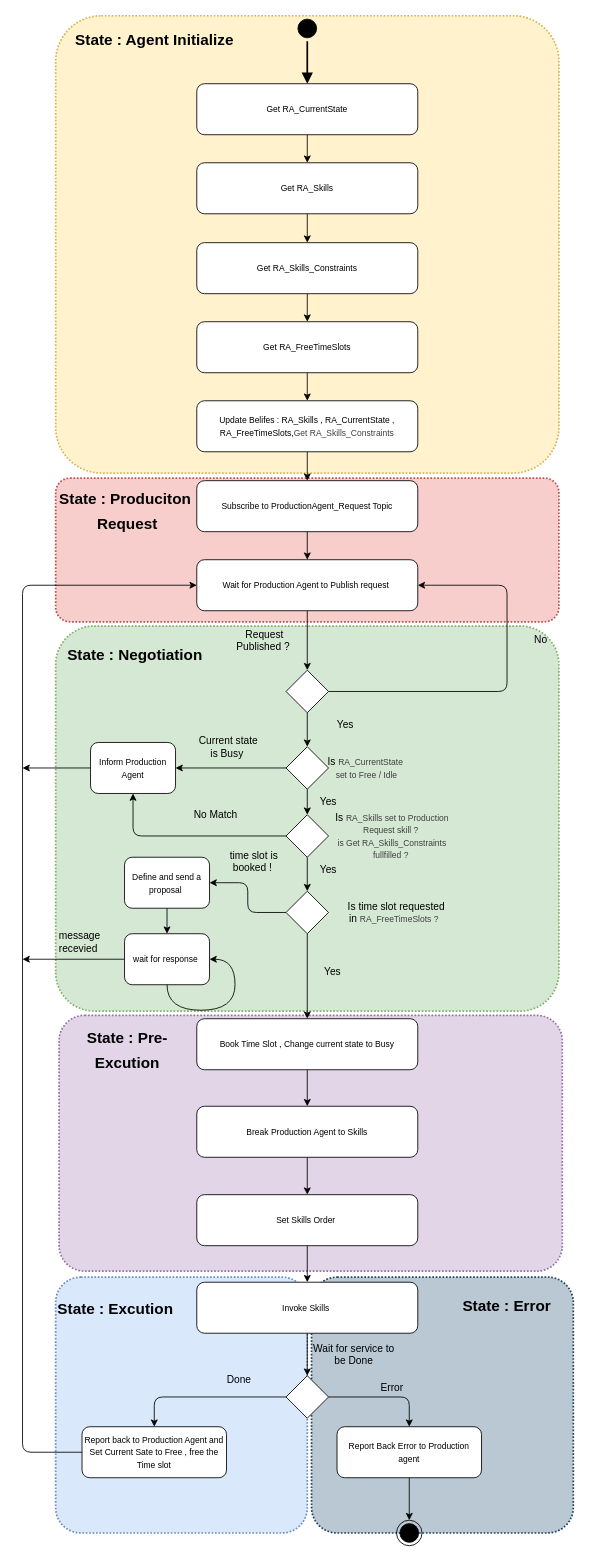
Before: Documents/UML/StateMachine/RA_SM.drawio in aialmohamed/Type3AAS, a draw.io diagram. Source tidied: cells renumbered, new cells numbered last; positions are measured from the earlier drawing's top-left corner, leaving out a move shared by most shapes. Both pictures are drawn from the tidied source at 85%, with x=0, y=0 at pixel (22, 15).
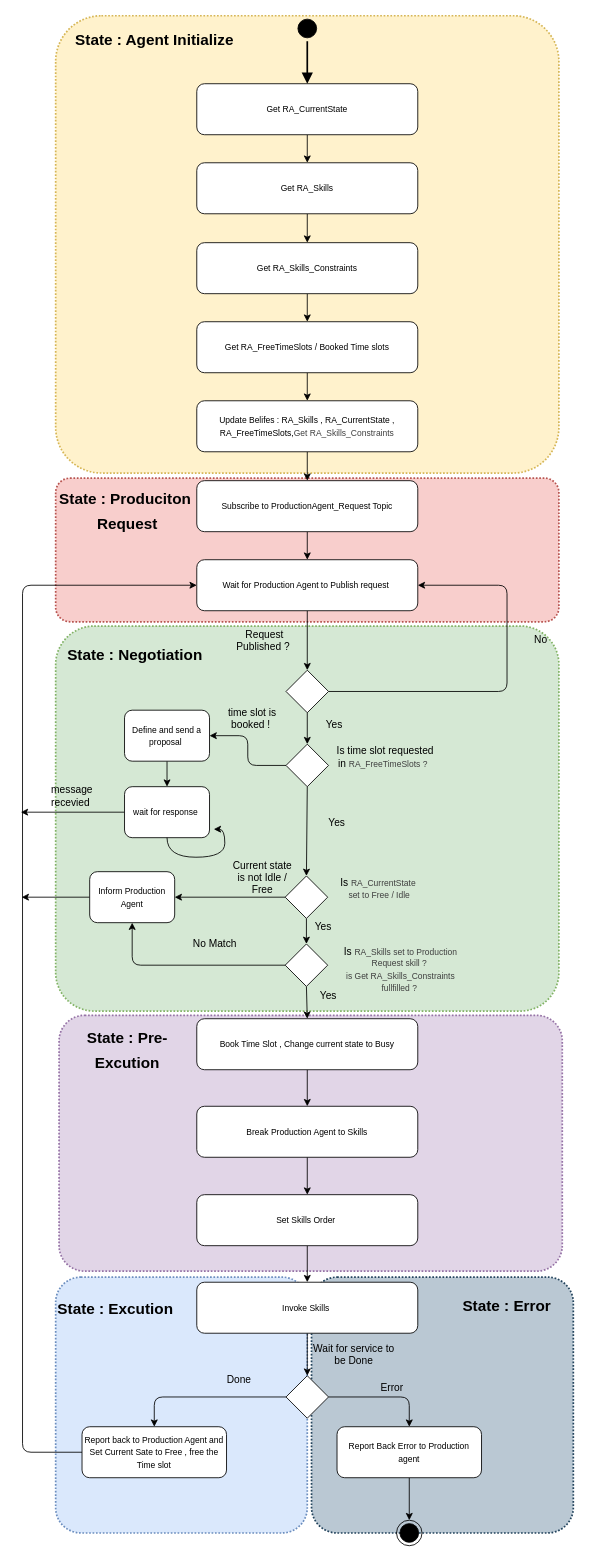
The same page after the edit.

The change refers to these unchanged cells:
```xml
<mxCell id="22" style="rhombus;whiteSpace=wrap;html=1;" parent="1" vertex="1">
  <mxGeometry x="310" y="770" width="50" height="50" as="geometry" />
</mxCell>
<mxCell id="45" value="&lt;font size=&quot;1&quot;&gt;Book Time Slot , Change current state to Busy&lt;/font&gt;" style="rounded=1;whiteSpace=wrap;html=1;" parent="1" vertex="1">
  <mxGeometry x="205" y="1180" width="260" height="60" as="geometry" />
</mxCell>
```

What changed in the source:
```diff
@@
-    <mxCell id="15" value="&lt;font size=&quot;1&quot;&gt;Get RA_FreeTimeSlots&lt;/font&gt;" style="rounded=1;whiteSpace=wrap;html=1;" parent="1" vertex="1">
+    <mxCell id="15" value="&lt;font size=&quot;1&quot;&gt;Get RA_FreeTimeSlots / Booked Time slots&lt;/font&gt;" style="rounded=1;whiteSpace=wrap;html=1;" parent="1" vertex="1">
       <mxGeometry x="205" y="360" width="260" height="60" as="geometry" />
     </mxCell>
@@
-    <mxCell id="20" style="edgeStyle=none;html=1;exitX=0.5;exitY=1;exitDx=0;exitDy=0;" parent="1" edge="1" source="22">
-      <mxGeometry relative="1" as="geometry">
-        <mxPoint x="335" y="860" as="targetPoint" />
-      </mxGeometry>
-    </mxCell>
@@
+    <mxCell id="81" style="edgeStyle=none;html=1;exitX=0.5;exitY=1;exitDx=0;exitDy=0;entryX=0.5;entryY=0;entryDx=0;entryDy=0;" parent="1" edge="1" source="22" target="39">
+      <mxGeometry relative="1" as="geometry" />
+    </mxCell>
@@
     <mxCell id="24" value="Yes" style="text;html=1;align=center;verticalAlign=middle;whiteSpace=wrap;rounded=0;" parent="1" vertex="1">
-      <mxGeometry x="350" y="820" width="60" height="30" as="geometry" />
+      <mxGeometry x="324" y="1057" width="60" height="30" as="geometry" />
     </mxCell>
@@
     <mxCell id="30" style="rhombus;whiteSpace=wrap;html=1;" parent="1" vertex="1">
-      <mxGeometry x="310" y="860" width="50" height="50" as="geometry" />
+      <mxGeometry x="309" y="1012" width="50" height="50" as="geometry" />
     </mxCell>
     <mxCell id="31" value="Is&amp;nbsp;&lt;span style=&quot;color: rgb(63, 63, 63); font-size: x-small;&quot;&gt;RA_CurrentState&amp;nbsp; set to Free / Idle&lt;/span&gt;" style="text;html=1;align=center;verticalAlign=middle;whiteSpace=wrap;rounded=0;" parent="1" vertex="1">
-      <mxGeometry x="360" y="870" width="90" height="30" as="geometry" />
+      <mxGeometry x="375" y="1012" width="90" height="30" as="geometry" />
     </mxCell>
-    <mxCell id="32" style="edgeStyle=none;html=1;exitX=0.5;exitY=1;exitDx=0;exitDy=0;" parent="1" edge="1" source="34" target="39">
-      <mxGeometry relative="1" as="geometry" />
-    </mxCell>
@@
+    <mxCell id="82" style="edgeStyle=none;html=1;exitX=0.5;exitY=1;exitDx=0;exitDy=0;entryX=0.5;entryY=0;entryDx=0;entryDy=0;" parent="1" edge="1" source="34" target="45">
+      <mxGeometry relative="1" as="geometry" />
+    </mxCell>
     <mxCell id="34" style="rhombus;whiteSpace=wrap;html=1;" parent="1" vertex="1">
-      <mxGeometry x="310" y="940" width="50" height="50" as="geometry" />
+      <mxGeometry x="309" y="1092" width="50" height="50" as="geometry" />
     </mxCell>
     <mxCell id="35" value="Yes" style="text;html=1;align=center;verticalAlign=middle;whiteSpace=wrap;rounded=0;" parent="1" vertex="1">
-      <mxGeometry x="330" y="910" width="60" height="30" as="geometry" />
+      <mxGeometry x="337" y="820" width="60" height="30" as="geometry" />
     </mxCell>
     <mxCell id="36" value="Is&amp;nbsp;&lt;span style=&quot;color: rgb(63, 63, 63); font-size: x-small;&quot;&gt;&lt;span style=&quot;color: rgb(63, 63, 63);&quot;&gt;RA_Skills set to Production Request skill ?&amp;nbsp;&lt;br&gt;is&amp;nbsp;&lt;span style=&quot;color: rgb(63, 63, 63);&quot;&gt;Get RA_Skills_Constraints fullfilled ?&lt;/span&gt;&amp;nbsp;&lt;/span&gt;&lt;/span&gt;" style="text;html=1;align=center;verticalAlign=middle;whiteSpace=wrap;rounded=0;" parent="1" vertex="1">
-      <mxGeometry x="360" y="940" width="150" height="50" as="geometry" />
+      <mxGeometry x="370" y="1097" width="150" height="50" as="geometry" />
     </mxCell>
-    <mxCell id="37" style="edgeStyle=none;html=1;exitX=0.5;exitY=1;exitDx=0;exitDy=0;entryX=0.5;entryY=0;entryDx=0;entryDy=0;" parent="1" edge="1" source="39" target="45">
-      <mxGeometry relative="1" as="geometry" />
-    </mxCell>
@@
+    <mxCell id="83" style="edgeStyle=none;html=1;exitX=0.5;exitY=1;exitDx=0;exitDy=0;entryX=0.5;entryY=0;entryDx=0;entryDy=0;" parent="1" edge="1" source="39" target="30">
+      <mxGeometry relative="1" as="geometry" />
+    </mxCell>
     <mxCell id="39" style="rhombus;whiteSpace=wrap;html=1;" parent="1" vertex="1">
-      <mxGeometry x="310" y="1030" width="50" height="50" as="geometry" />
+      <mxGeometry x="310" y="857" width="50" height="50" as="geometry" />
     </mxCell>
     <mxCell id="40" value="Yes" style="text;html=1;align=center;verticalAlign=middle;whiteSpace=wrap;rounded=0;" parent="1" vertex="1">
-      <mxGeometry x="330" y="990" width="60" height="30" as="geometry" />
+      <mxGeometry x="340" y="935" width="60" height="30" as="geometry" />
     </mxCell>
     <mxCell id="41" value="Is time slot requested in&amp;nbsp;&lt;span style=&quot;color: rgb(63, 63, 63); font-size: x-small;&quot;&gt;&lt;span style=&quot;color: rgb(63, 63, 63);&quot;&gt;&lt;span style=&quot;color: rgb(63, 63, 63);&quot;&gt;RA_FreeTimeSlots ?&amp;nbsp;&lt;/span&gt;&amp;nbsp;&lt;/span&gt;&lt;/span&gt;" style="text;html=1;align=center;verticalAlign=middle;whiteSpace=wrap;rounded=0;" parent="1" vertex="1">
-      <mxGeometry x="370" y="1040" width="140" height="30" as="geometry" />
+      <mxGeometry x="357" y="857" width="140" height="30" as="geometry" />
     </mxCell>
     <mxCell id="42" value="Yes" style="text;html=1;align=center;verticalAlign=middle;whiteSpace=wrap;rounded=0;" parent="1" vertex="1">
-      <mxGeometry x="335" y="1110" width="60" height="30" as="geometry" />
+      <mxGeometry x="330" y="1138" width="60" height="30" as="geometry" />
     </mxCell>
@@
-    <mxCell id="46" style="edgeStyle=none;html=1;exitX=0;exitY=0.5;exitDx=0;exitDy=0;" parent="1" edge="1" source="47">
-      <mxGeometry relative="1" as="geometry">
-        <mxPoint y="885" as="targetPoint" />
-      </mxGeometry>
-    </mxCell>
+    <mxCell id="84" style="edgeStyle=none;html=1;exitX=0;exitY=0.5;exitDx=0;exitDy=0;" parent="1" edge="1" source="47">
+      <mxGeometry relative="1" as="geometry">
+        <mxPoint x="-1" y="1037" as="targetPoint" />
+      </mxGeometry>
+    </mxCell>
     <mxCell id="47" value="&lt;font size=&quot;1&quot;&gt;Inform Production Agent&lt;/font&gt;" style="rounded=1;whiteSpace=wrap;html=1;" parent="1" vertex="1">
-      <mxGeometry x="80" y="855" width="100" height="60" as="geometry" />
+      <mxGeometry x="79" y="1007" width="100" height="60" as="geometry" />
     </mxCell>
-    <mxCell id="48" value="Current state is Busy&amp;nbsp;" style="text;html=1;align=center;verticalAlign=middle;whiteSpace=wrap;rounded=0;" parent="1" vertex="1">
-      <mxGeometry x="205" y="840" width="75" height="40" as="geometry" />
+    <mxCell id="48" value="Current state is not Idle / Free" style="text;html=1;align=center;verticalAlign=middle;whiteSpace=wrap;rounded=0;" parent="1" vertex="1">
+      <mxGeometry x="245" y="994" width="75" height="40" as="geometry" />
     </mxCell>
     <mxCell id="49" value="No Match" style="text;html=1;align=center;verticalAlign=middle;whiteSpace=wrap;rounded=0;" parent="1" vertex="1">
-      <mxGeometry x="190" y="920" width="75" height="40" as="geometry" />
+      <mxGeometry x="189" y="1072" width="75" height="40" as="geometry" />
     </mxCell>
@@
     <mxCell id="51" value="&lt;font size=&quot;1&quot;&gt;Define and send a proposal&amp;nbsp;&lt;/font&gt;" style="rounded=1;whiteSpace=wrap;html=1;" parent="1" vertex="1">
-      <mxGeometry x="120" y="990" width="100" height="60" as="geometry" />
+      <mxGeometry x="120" y="817" width="100" height="60" as="geometry" />
     </mxCell>
-    <mxCell id="52" style="edgeStyle=none;html=1;" parent="1" edge="1" source="53">
-      <mxGeometry relative="1" as="geometry">
-        <mxPoint y="1110" as="targetPoint" />
-      </mxGeometry>
-    </mxCell>
+    <mxCell id="85" style="edgeStyle=none;html=1;exitX=0;exitY=0.5;exitDx=0;exitDy=0;" parent="1" edge="1" source="53">
+      <mxGeometry relative="1" as="geometry">
+        <mxPoint x="-2" y="937" as="targetPoint" />
+      </mxGeometry>
+    </mxCell>
     <mxCell id="53" value="&lt;font size=&quot;1&quot;&gt;wait for response&amp;nbsp;&lt;/font&gt;" style="rounded=1;whiteSpace=wrap;html=1;" parent="1" vertex="1">
-      <mxGeometry x="120" y="1080" width="100" height="60" as="geometry" />
+      <mxGeometry x="120" y="907" width="100" height="60" as="geometry" />
     </mxCell>
     <mxCell id="54" value="message recevied&amp;nbsp;" style="text;html=1;align=center;verticalAlign=middle;whiteSpace=wrap;rounded=0;" parent="1" vertex="1">
-      <mxGeometry x="30" y="1070" width="75" height="40" as="geometry" />
+      <mxGeometry x="21" y="898" width="75" height="40" as="geometry" />
     </mxCell>
-    <mxCell id="55" style="edgeStyle=orthogonalEdgeStyle;html=1;exitX=0.5;exitY=1;exitDx=0;exitDy=0;curved=1;" parent="1" edge="1" source="53">
-      <mxGeometry relative="1" as="geometry">
-        <mxPoint x="220" y="1110" as="targetPoint" />
-        <Array as="points">
-          <mxPoint x="170" y="1170" />
-          <mxPoint x="250" y="1170" />
-          <mxPoint x="250" y="1110" />
-        </Array>
-      </mxGeometry>
-    </mxCell>
     <mxCell id="56" value="time slot is booked !&amp;nbsp;" style="text;html=1;align=center;verticalAlign=middle;whiteSpace=wrap;rounded=0;" parent="1" vertex="1">
-      <mxGeometry x="225" y="980" width="95" height="30" as="geometry" />
+      <mxGeometry x="223" y="812" width="95" height="30" as="geometry" />
     </mxCell>
@@
+    <mxCell id="86" style="edgeStyle=orthogonalEdgeStyle;html=1;exitX=0.5;exitY=1;exitDx=0;exitDy=0;curved=1;" parent="1" edge="1" source="53">
+      <mxGeometry relative="1" as="geometry">
+        <mxPoint x="225" y="957" as="targetPoint" />
+        <Array as="points">
+          <mxPoint x="170" y="990" />
+          <mxPoint x="238" y="990" />
+          <mxPoint x="238" y="957" />
+        </Array>
+      </mxGeometry>
+    </mxCell>
```
